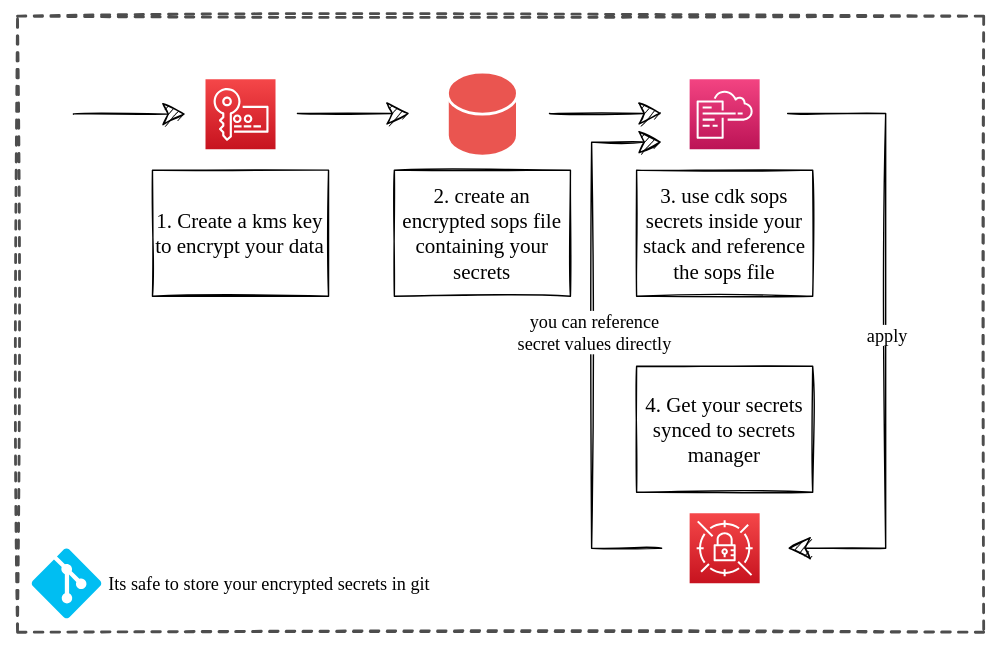
The draw.io diagram img/flow.drawio.svg in dbsystel/cdk-sops-secrets, before a commit. Source tidied: cells renumbered, new cells last; positions are measured from the earlier drawing's top-left corner, leaving out a move shared by most shapes.
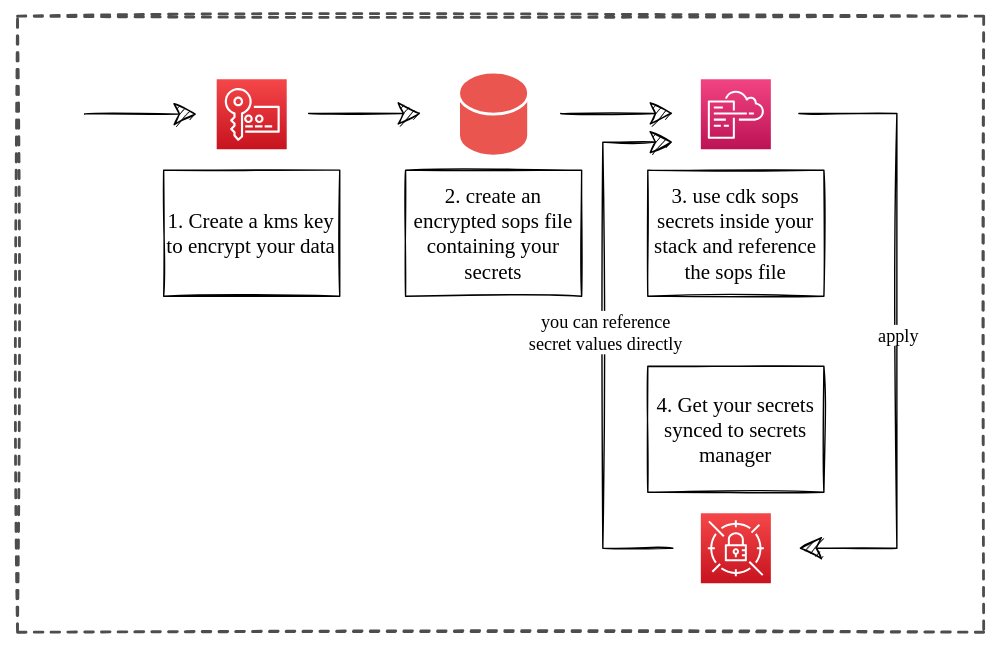
The same file after the commit.

Diff of the diagram source:
```diff
@@ -3,10 +3,10 @@
     <mxCell id="0" />
     <mxCell id="1" parent="0" />
     <mxCell id="2" style="rounded=0;whiteSpace=wrap;html=1;dashed=1;labelBackgroundColor=default;sketch=1;hachureGap=4;strokeColor=none;strokeWidth=2;fontFamily=Architects Daughter;fontSource=https%3A%2F%2Ffonts.googleapis.com%2Fcss%3Ffamily%3DArchitects%2BDaughter;fontSize=13;fillColor=default;" parent="1" vertex="1">
-      <mxGeometry width="710" height="460" as="geometry" />
+      <mxGeometry x="-8" width="710" height="460" as="geometry" />
     </mxCell>
     <mxCell id="3" style="rounded=0;whiteSpace=wrap;html=1;sketch=1;hachureGap=4;strokeColor=#4D4D4D;strokeWidth=2;fontFamily=Architects Daughter;fontSource=https%3A%2F%2Ffonts.googleapis.com%2Fcss%3Ffamily%3DArchitects%2BDaughter;fontSize=13;fillColor=default;dashed=1;labelBackgroundColor=default;" parent="1" vertex="1">
-      <mxGeometry x="11" y="10" width="690" height="440" as="geometry" />
+      <mxGeometry x="3" y="10" width="690" height="440" as="geometry" />
     </mxCell>
     <mxCell id="4" style="endArrow=classic;html=1;rounded=0;sketch=1;hachureGap=4;fontFamily=Architects Daughter;fontSource=https%3A%2F%2Ffonts.googleapis.com%2Fcss%3Ffamily%3DArchitects%2BDaughter;fontSize=16;startSize=14;endSize=14;sourcePerimeterSpacing=8;targetPerimeterSpacing=8;curved=1;" parent="1" edge="1">
       <mxGeometry relative="1" as="geometry">
@@ -81,8 +81,5 @@
     <mxCell id="18" style="sketch=0;fontColor=#232F3E;gradientColor=#F54749;gradientDirection=north;fillColor=#C7131F;strokeColor=#ffffff;dashed=0;verticalLabelPosition=bottom;verticalAlign=top;align=center;html=1;fontSize=12;fontStyle=0;shape=mxgraph.aws4.resourceIcon;resIcon=mxgraph.aws4.key_management_service;hachureGap=4;fontFamily=Architects Daughter;fontSource=https%3A%2F%2Ffonts.googleapis.com%2Fcss%3Ffamily%3DArchitects%2BDaughter;" parent="1" vertex="1">
       <mxGeometry x="145.3" y="55" width="50" height="50" as="geometry" />
     </mxCell>
-    <mxCell id="19" value="&amp;nbsp;Its safe to store your encrypted secrets in git" style="verticalLabelPosition=middle;html=1;verticalAlign=middle;align=left;strokeColor=none;fillColor=#00BEF2;shape=mxgraph.azure.git_repository;sketch=0;hachureGap=4;fontFamily=Architects Daughter;fontSource=https%3A%2F%2Ffonts.googleapis.com%2Fcss%3Ffamily%3DArchitects%2BDaughter;fontSize=13;labelPosition=right;" parent="1" vertex="1">
-      <mxGeometry x="21" y="390" width="50" height="50" as="geometry" />
-    </mxCell>
   </root>
 </mxGraphModel>
```
